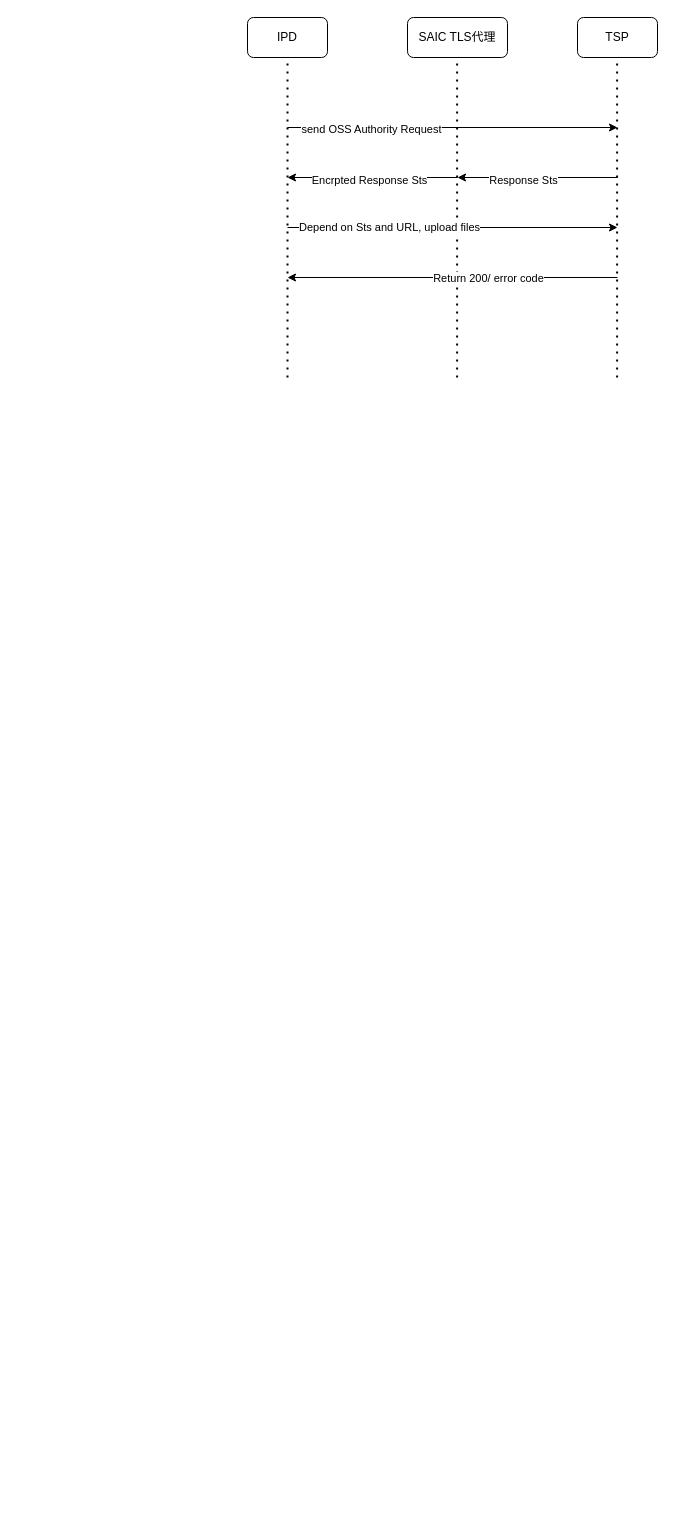
The draw.io diagram HJtodolist.drawio in YuzhouYe/peb, before the edit. Source tidied: cells renumbered, new cells numbered last; positions are measured from the earlier drawing's top-left corner, leaving out a move shared by most shapes. Both pictures are drawn from the tidied source at 100%, with x=0, y=0 at pixel (247, 17).
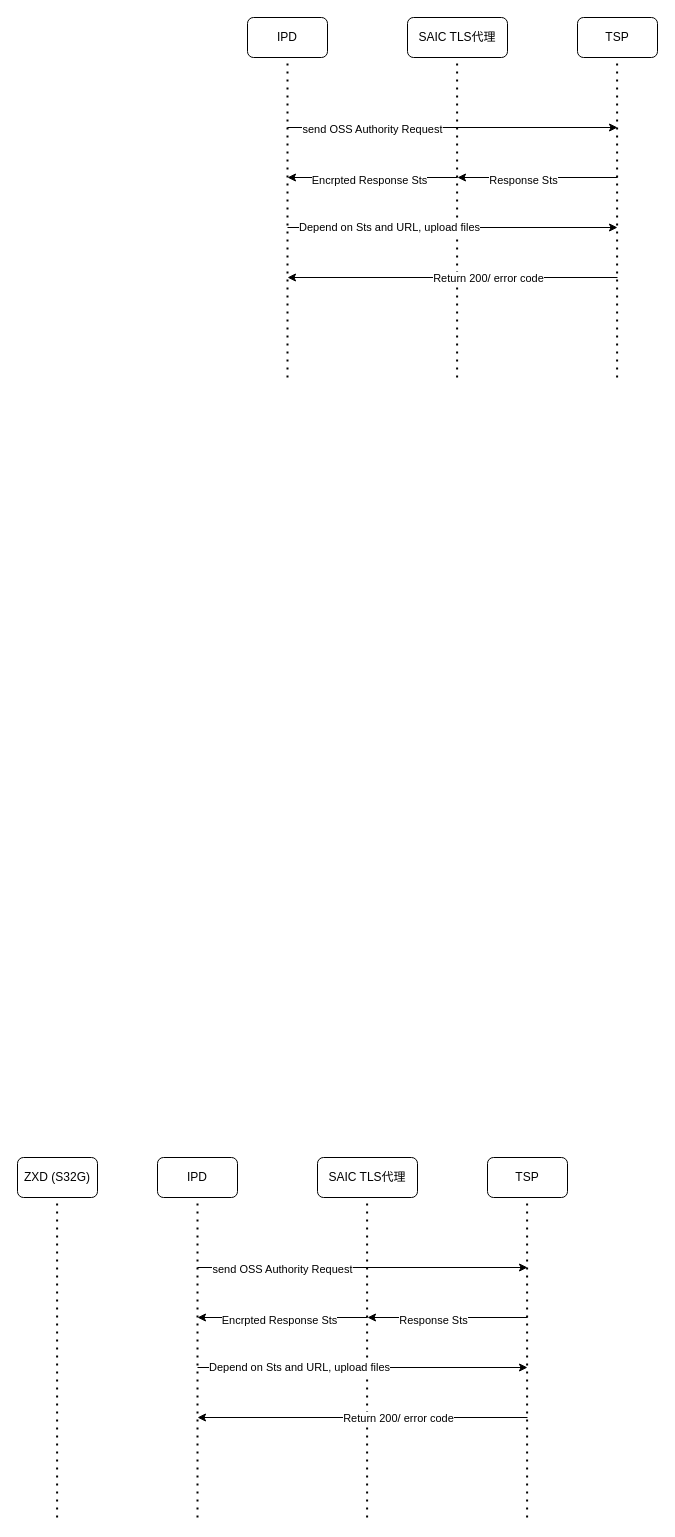
The same diagram, later.

Change to the diagram source:
```diff
@@
+    <mxCell id="18" value="IPD" style="rounded=1;whiteSpace=wrap;html=1;" parent="1" vertex="1">
+      <mxGeometry x="-90" y="1140" width="80" height="40" as="geometry" />
+    </mxCell>
+    <mxCell id="19" value="TSP" style="rounded=1;whiteSpace=wrap;html=1;" parent="1" vertex="1">
+      <mxGeometry x="240" y="1140" width="80" height="40" as="geometry" />
+    </mxCell>
+    <mxCell id="20" value="SAIC TLS代理" style="rounded=1;whiteSpace=wrap;html=1;" parent="1" vertex="1">
+      <mxGeometry x="70" y="1140" width="100" height="40" as="geometry" />
+    </mxCell>
+    <mxCell id="21" style="endArrow=none;dashed=1;html=1;dashPattern=1 3;strokeWidth=2;rounded=0;entryX=0.5;entryY=1;entryDx=0;entryDy=0;" parent="1" edge="1" target="18">
+      <mxGeometry relative="1" as="geometry">
+        <mxPoint x="-50" y="1500" as="sourcePoint" />
+      </mxGeometry>
+    </mxCell>
+    <mxCell id="22" style="endArrow=none;dashed=1;html=1;dashPattern=1 3;strokeWidth=2;rounded=0;entryX=0.5;entryY=1;entryDx=0;entryDy=0;" parent="1" edge="1">
+      <mxGeometry relative="1" as="geometry">
+        <mxPoint x="119.6" y="1500" as="sourcePoint" />
+        <mxPoint x="119.6" y="1180" as="targetPoint" />
+      </mxGeometry>
+    </mxCell>
+    <mxCell id="23" style="endArrow=none;dashed=1;html=1;dashPattern=1 3;strokeWidth=2;rounded=0;entryX=0.5;entryY=1;entryDx=0;entryDy=0;" parent="1" edge="1">
+      <mxGeometry relative="1" as="geometry">
+        <mxPoint x="279.6" y="1500" as="sourcePoint" />
+        <mxPoint x="279.6" y="1180" as="targetPoint" />
+      </mxGeometry>
+    </mxCell>
+    <mxCell id="24" style="endArrow=classic;html=1;rounded=0;" parent="1" edge="1">
+      <mxGeometry relative="1" as="geometry">
+        <mxPoint x="-50" y="1250" as="sourcePoint" />
+        <mxPoint x="280" y="1250" as="targetPoint" />
+      </mxGeometry>
+    </mxCell>
+    <mxCell id="25" value="send OSS Authority Request" style="edgeLabel;html=1;align=center;verticalAlign=middle;" parent="24" vertex="1">
+      <mxGeometry x="-0.49" y="-1" relative="1" as="geometry" />
+    </mxCell>
+    <mxCell id="26" style="endArrow=classic;html=1;rounded=0;" parent="1" edge="1">
+      <mxGeometry relative="1" as="geometry">
+        <mxPoint x="280" y="1300" as="sourcePoint" />
+        <mxPoint x="120" y="1300" as="targetPoint" />
+      </mxGeometry>
+    </mxCell>
+    <mxCell id="27" value="Response Sts" style="edgeLabel;html=1;align=center;verticalAlign=middle;" parent="26" vertex="1">
+      <mxGeometry x="0.19" y="2" relative="1" as="geometry" />
+    </mxCell>
+    <mxCell id="28" style="endArrow=classic;html=1;rounded=0;" parent="1" edge="1">
+      <mxGeometry relative="1" as="geometry">
+        <mxPoint x="120" y="1300" as="sourcePoint" />
+        <mxPoint x="-50" y="1300" as="targetPoint" />
+      </mxGeometry>
+    </mxCell>
+    <mxCell id="29" value="Encrpted Response Sts" style="edgeLabel;html=1;align=center;verticalAlign=middle;" parent="28" vertex="1">
+      <mxGeometry x="0.19" y="2" relative="1" as="geometry">
+        <mxPoint x="12" as="offset" />
+      </mxGeometry>
+    </mxCell>
+    <mxCell id="30" style="endArrow=classic;html=1;rounded=0;" parent="1" edge="1">
+      <mxGeometry relative="1" as="geometry">
+        <mxPoint x="-50" y="1350" as="sourcePoint" />
+        <mxPoint x="280" y="1350" as="targetPoint" />
+      </mxGeometry>
+    </mxCell>
+    <mxCell id="31" value="Depend on Sts and URL, upload files" style="edgeLabel;html=1;align=center;verticalAlign=middle;" parent="30" vertex="1">
+      <mxGeometry x="-0.71" y="1" relative="1" as="geometry">
+        <mxPoint x="53" as="offset" />
+      </mxGeometry>
+    </mxCell>
+    <mxCell id="32" style="endArrow=classic;html=1;rounded=0;" parent="1" edge="1">
+      <mxGeometry relative="1" as="geometry">
+        <mxPoint x="280" y="1400" as="sourcePoint" />
+        <mxPoint x="-50" y="1400" as="targetPoint" />
+      </mxGeometry>
+    </mxCell>
+    <mxCell id="33" value="Return 200/ error code" style="edgeLabel;html=1;align=center;verticalAlign=middle;" parent="32" vertex="1">
+      <mxGeometry x="-0.21" relative="1" as="geometry" />
+    </mxCell>
+    <mxCell id="34" value="ZXD (S32G)" style="rounded=1;whiteSpace=wrap;html=1;" parent="1" vertex="1">
+      <mxGeometry x="-230" y="1140" width="80" height="40" as="geometry" />
+    </mxCell>
+    <mxCell id="35" style="endArrow=none;dashed=1;html=1;dashPattern=1 3;strokeWidth=2;rounded=0;entryX=0.5;entryY=1;entryDx=0;entryDy=0;" parent="1" edge="1">
+      <mxGeometry relative="1" as="geometry">
+        <mxPoint x="-190.4" y="1500" as="sourcePoint" />
+        <mxPoint x="-190.4" y="1180" as="targetPoint" />
+      </mxGeometry>
+    </mxCell>
```
